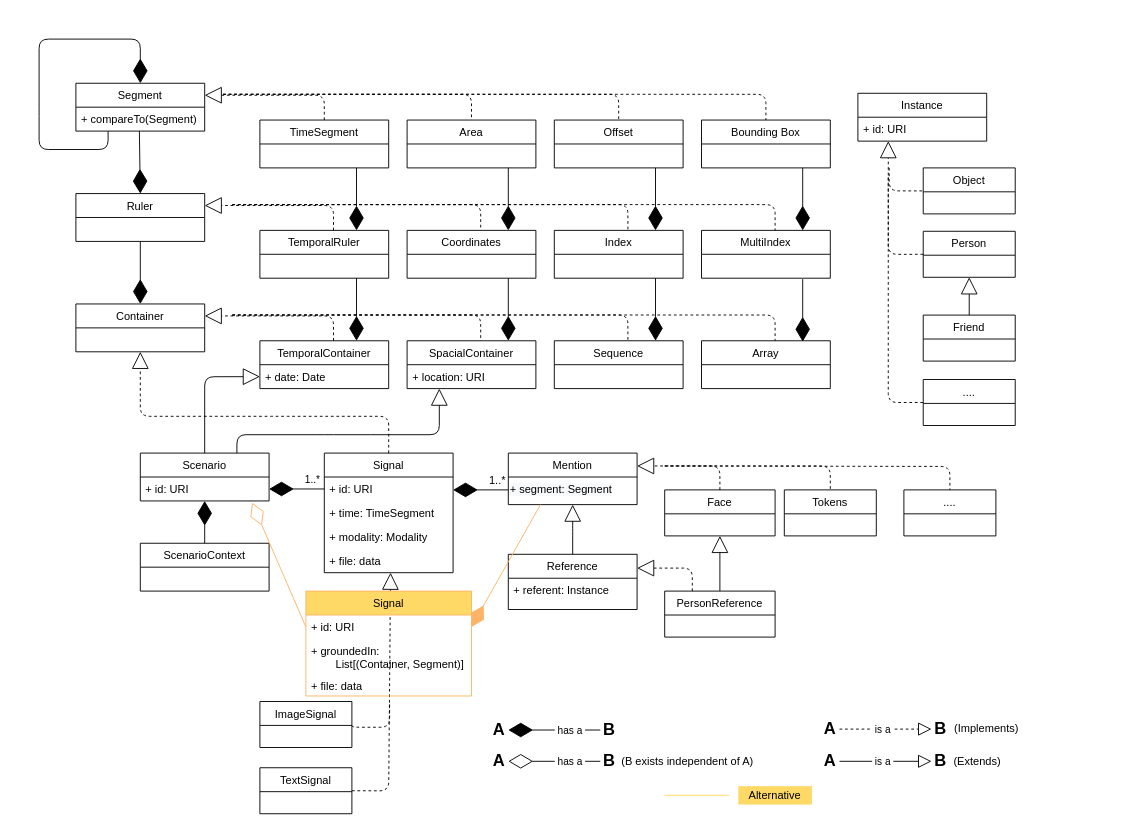
Earlier version of the draw.io diagram data/test-scenes/Datarepresentation.drawio (cltl/ma-communicative-robots). Source tidied: cells renumbered, new cells numbered last; positions are measured from the earlier drawing's top-left corner, leaving out a move shared by most shapes. Both pictures are drawn from the tidied source at 92%, with x=0, y=0 at pixel (39, 39).
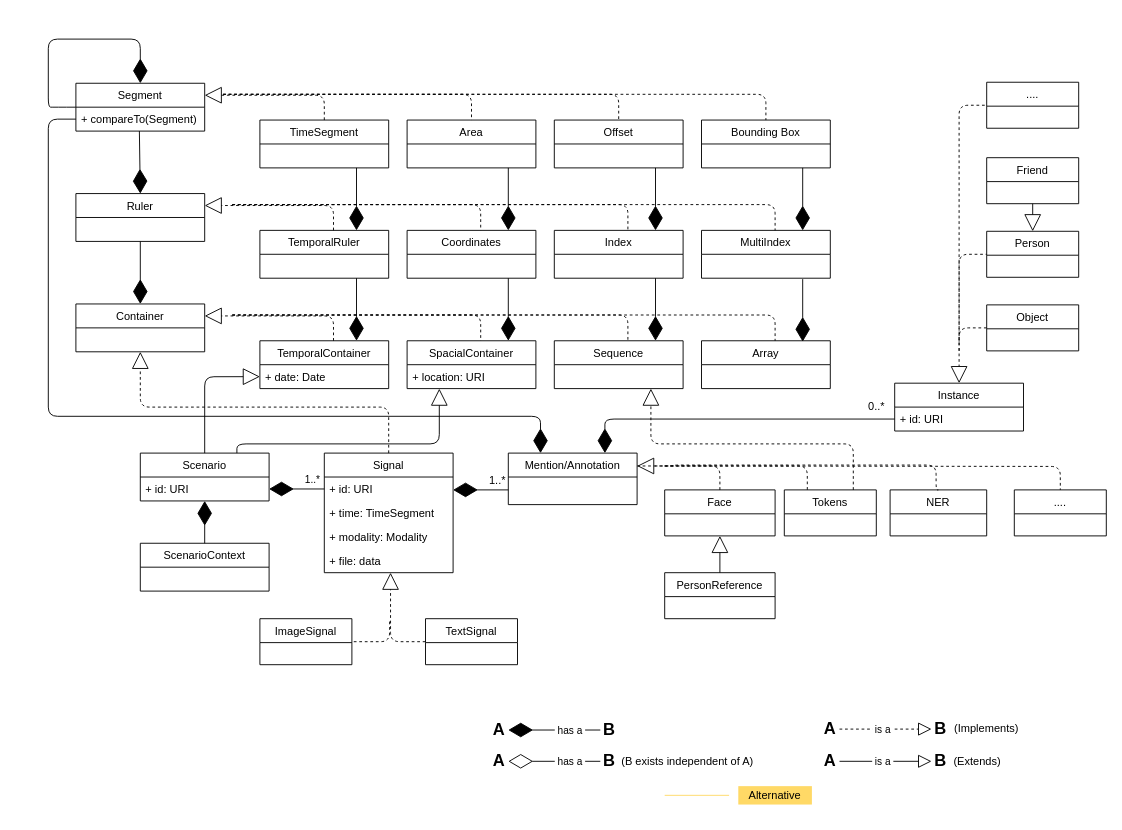
After the change.

Commit message:
Change Mention in data representation diagram

Unchanged cells that the change refers to:
```xml
<mxCell id="2" value="Scenario" style="swimlane;fontStyle=0;horizontal=1;startSize=26;fillColor=none;" parent="1" vertex="1">
  <mxGeometry x="110" y="450" width="140" height="52" as="geometry" />
</mxCell>
<mxCell id="3" value="+ id: URI" style="text;strokeColor=none;fillColor=none;align=left;verticalAlign=top;spacingLeft=4;spacingRight=4;overflow=hidden;points=[[0,0.5],[1,0.5]];portConstraint=eastwest;" parent="2" vertex="1">
  <mxGeometry y="26" width="140" height="26" as="geometry" />
</mxCell>
<mxCell id="4" value="Signal" style="swimlane;fontStyle=0;horizontal=1;startSize=26;fillColor=none;" parent="1" vertex="1">
  <mxGeometry x="310" y="450" width="140" height="130" as="geometry" />
</mxCell>
<mxCell id="18" value="Container" style="swimlane;fontStyle=0;horizontal=1;startSize=26;fillColor=none;" parent="1" vertex="1">
  <mxGeometry x="40" y="287.9" width="140" height="52" as="geometry" />
</mxCell>
<mxCell id="21" value="SpacialContainer" style="swimlane;fontStyle=0;horizontal=1;startSize=26;fillColor=none;" parent="1" vertex="1">
  <mxGeometry x="400" y="327.9" width="140" height="52" as="geometry" />
</mxCell>
<mxCell id="23" value="Sequence" style="swimlane;fontStyle=0;horizontal=1;startSize=26;fillColor=none;" parent="1" vertex="1">
  <mxGeometry x="560" y="327.9" width="140" height="52" as="geometry" />
</mxCell>
<mxCell id="30" value="Segment" style="swimlane;fontStyle=0;horizontal=1;startSize=26;fillColor=none;" parent="1" vertex="1">
  <mxGeometry x="40" y="48" width="140" height="52" as="geometry" />
</mxCell>
<mxCell id="31" value="+ compareTo(Segment)&#10;" style="text;strokeColor=none;fillColor=none;align=left;verticalAlign=top;spacingLeft=4;spacingRight=4;overflow=hidden;points=[[0,0.5],[1,0.5]];portConstraint=eastwest;" parent="30" vertex="1">
  <mxGeometry y="26" width="140" height="26" as="geometry" />
</mxCell>
<mxCell id="52" value="Face" style="swimlane;fontStyle=0;horizontal=1;startSize=26;fillColor=none;" parent="1" vertex="1">
  <mxGeometry x="680" y="490" width="120" height="50" as="geometry" />
</mxCell>
<mxCell id="54" value="Tokens" style="swimlane;fontStyle=0;horizontal=1;startSize=26;fillColor=none;" parent="1" vertex="1">
  <mxGeometry x="810" y="490" width="100" height="50" as="geometry" />
</mxCell>
```

What changed in the source:
```diff
@@
-    <mxCell id="9" style="endArrow=block;endSize=16;endFill=0;html=1;entryX=0.5;entryY=1;entryDx=0;entryDy=0;exitX=0.5;exitY=0;exitDx=0;exitDy=0;" parent="1" edge="1" source="50" target="56">
-      <mxGeometry x="-0.2" relative="1" as="geometry">
-        <Array as="points">
-          <mxPoint x="580" y="530" />
-        </Array>
-      </mxGeometry>
-    </mxCell>
-    <mxCell id="10" style="endArrow=block;endSize=16;endFill=0;html=1;exitX=0.25;exitY=0;exitDx=0;exitDy=0;entryX=1;entryY=0.25;entryDx=0;entryDy=0;dashed=1;" parent="1" edge="1" source="53" target="50">
-      <mxGeometry x="-0.2" relative="1" as="geometry">
-        <Array as="points">
-          <mxPoint x="710" y="575" />
-        </Array>
-      </mxGeometry>
-    </mxCell>
-    <mxCell id="11" style="endArrow=block;endSize=16;endFill=0;html=1;entryX=0.5;entryY=1;entryDx=0;entryDy=0;exitX=0.5;exitY=0;exitDx=0;exitDy=0;" parent="1" edge="1" source="53" target="52">
-      <mxGeometry relative="1" as="geometry" />
-    </mxCell>
-    <mxCell id="12" style="endArrow=block;endSize=16;endFill=0;html=1;entryX=0.236;entryY=1;entryDx=0;entryDy=0;exitX=0;exitY=0.5;exitDx=0;exitDy=0;entryPerimeter=0;dashed=1;" parent="1" edge="1" source="96" target="94">
-      <mxGeometry x="-0.45" relative="1" as="geometry">
-        <Array as="points">
-          <mxPoint x="923" y="234" />
-        </Array>
-      </mxGeometry>
-    </mxCell>
@@
     <mxCell id="14" style="endArrow=block;endSize=16;endFill=0;html=1;exitX=0.75;exitY=0;exitDx=0;exitDy=0;entryX=0.25;entryY=1;entryDx=0;entryDy=0;" parent="1" edge="1" source="2" target="21">
       <mxGeometry relative="1" as="geometry">
         <Array as="points">
-          <mxPoint x="215" y="430" />
-          <mxPoint x="310" y="430" />
-          <mxPoint x="370" y="430" />
-          <mxPoint x="435" y="430" />
+          <mxPoint x="215" y="440" />
+          <mxPoint x="435" y="440" />
         </Array>
       </mxGeometry>
     </mxCell>
     <mxCell id="15" style="endArrow=block;endSize=16;endFill=0;html=1;exitX=0.5;exitY=0;exitDx=0;exitDy=0;entryX=0.5;entryY=1;entryDx=0;entryDy=0;dashed=1;" parent="1" edge="1" source="4" target="18">
       <mxGeometry x="0.42" relative="1" as="geometry">
         <Array as="points">
-          <mxPoint x="380" y="410" />
-          <mxPoint x="260" y="410" />
-          <mxPoint x="110" y="410" />
+          <mxPoint x="380" y="400" />
+          <mxPoint x="110" y="400" />
         </Array>
         <mxPoint x="-1" as="offset" />
       </mxGeometry>
     </mxCell>
@@
-    <mxCell id="38" style="endArrow=diamondThin;endFill=1;endSize=24;html=1;entryX=0.5;entryY=0;entryDx=0;entryDy=0;exitX=0.25;exitY=1;exitDx=0;exitDy=0;" parent="1" edge="1" source="30" target="30">
+    <mxCell id="38" style="endArrow=diamondThin;endFill=1;endSize=24;html=1;entryX=0.5;entryY=0;entryDx=0;entryDy=0;exitX=0;exitY=0.5;exitDx=0;exitDy=0;" parent="1" edge="1" source="30" target="30">
       <mxGeometry relative="1" as="geometry">
         <Array as="points">
-          <mxPoint x="75" y="120" />
-          <mxPoint y="120" />
-          <mxPoint y="74" />
-          <mxPoint />
+          <mxPoint x="20" y="74" />
+          <mxPoint x="10" y="74" />
+          <mxPoint x="10" />
           <mxPoint x="110" />
         </Array>
       </mxGeometry>
     </mxCell>
@@
-    <mxCell id="50" value="Reference" style="swimlane;fontStyle=0;horizontal=1;startSize=26;fillColor=none;" parent="1" vertex="1">
-      <mxGeometry x="510" y="560" width="140" height="60" as="geometry" />
-    </mxCell>
-    <mxCell id="51" value="+ referent: Instance" style="text;strokeColor=none;fillColor=none;align=left;verticalAlign=top;spacingLeft=4;spacingRight=4;overflow=hidden;" parent="50" vertex="1">
-      <mxGeometry y="26" width="140" height="34" as="geometry" />
-    </mxCell>
@@
-    <mxCell id="53" value="PersonReference" style="swimlane;fontStyle=0;horizontal=1;startSize=26;fillColor=none;" parent="1" vertex="1">
-      <mxGeometry x="680" y="600" width="120" height="50" as="geometry" />
-    </mxCell>
@@
-    <mxCell id="55" value="Mention" style="swimlane;fontStyle=0;horizontal=1;startSize=26;fillColor=none;" parent="1" vertex="1">
+    <mxCell id="55" value="Mention/Annotation" style="swimlane;fontStyle=0;horizontal=1;startSize=26;fillColor=none;" parent="1" vertex="1">
       <mxGeometry x="510" y="450" width="140" height="56" as="geometry" />
     </mxCell>
-    <mxCell id="56" value="&lt;span style=&quot;color: rgb(0, 0, 0); font-family: helvetica; font-size: 12px; font-style: normal; font-weight: 400; letter-spacing: normal; text-align: left; text-indent: 0px; text-transform: none; word-spacing: 0px; background-color: rgb(248, 249, 250); display: inline; float: none;&quot;&gt;+ segment: Segment&lt;/span&gt;" style="text;whiteSpace=wrap;html=1;" parent="55" vertex="1">
-      <mxGeometry y="26" width="140" height="30" as="geometry" />
-    </mxCell>
-    <mxCell id="57" style="endArrow=diamondThin;endFill=0;endSize=24;html=1;exitX=0;exitY=0.5;exitDx=0;exitDy=0;entryX=0.868;entryY=1.075;entryDx=0;entryDy=0;entryPerimeter=0;strokeColor=#FFB366;fillColor=#FFD966;" parent="1" edge="1" source="110" target="3">
-      <mxGeometry relative="1" as="geometry" />
-    </mxCell>
@@
-    <mxCell id="63" style="endArrow=none;html=1;edgeStyle=orthogonalEdgeStyle;entryX=0.5;entryY=0;entryDx=0;entryDy=0;dashed=1;" parent="1" edge="1" target="54">
+    <mxCell id="63" style="endArrow=none;html=1;edgeStyle=orthogonalEdgeStyle;entryX=0.25;entryY=0;entryDx=0;entryDy=0;dashed=1;" parent="1" edge="1" target="54">
       <mxGeometry relative="1" as="geometry">
         <mxPoint x="680" y="464" as="sourcePoint" />
         <Array as="points">
-          <mxPoint x="860" y="464" />
+          <mxPoint x="835" y="464" />
         </Array>
       </mxGeometry>
     </mxCell>
@@
-    <mxCell id="65" style="endArrow=none;html=1;edgeStyle=orthogonalEdgeStyle;entryX=0;entryY=0.5;entryDx=0;entryDy=0;dashed=1;" parent="1" edge="1" target="95">
-      <mxGeometry relative="1" as="geometry">
-        <mxPoint x="924" y="140" as="sourcePoint" />
-        <Array as="points">
-          <mxPoint x="924" y="165" />
-        </Array>
-      </mxGeometry>
-    </mxCell>
@@
-    <mxCell id="74" style="endArrow=diamondThin;endFill=1;endSize=24;html=1;entryX=1;entryY=0.5;entryDx=0;entryDy=0;exitX=0.25;exitY=1;exitDx=0;exitDy=0;strokeColor=#FFB366;fillColor=#FFD966;" parent="1" edge="1" source="56" target="110">
-      <mxGeometry relative="1" as="geometry" />
-    </mxCell>
@@
-    <mxCell id="92" style="endArrow=block;endSize=16;endFill=0;html=1;entryX=0.5;entryY=1;entryDx=0;entryDy=0;exitX=0.5;exitY=0;exitDx=0;exitDy=0;" parent="1" edge="1" source="97" target="96">
-      <mxGeometry relative="1" as="geometry" />
-    </mxCell>
-    <mxCell id="93" value="Instance" style="swimlane;fontStyle=0;horizontal=1;startSize=26;fillColor=none;" parent="1" vertex="1">
-      <mxGeometry x="890" y="58.9" width="140" height="52" as="geometry" />
-    </mxCell>
-    <mxCell id="94" value="+ id: URI" style="text;strokeColor=none;fillColor=none;align=left;verticalAlign=top;spacingLeft=4;spacingRight=4;overflow=hidden;points=[[0,0.5],[1,0.5]];portConstraint=eastwest;" parent="93" vertex="1">
-      <mxGeometry y="26" width="140" height="26" as="geometry" />
-    </mxCell>
-    <mxCell id="95" value="Object" style="swimlane;fontStyle=0;horizontal=1;startSize=26;fillColor=none;" parent="1" vertex="1">
-      <mxGeometry x="961" y="140" width="100" height="50" as="geometry" />
-    </mxCell>
-    <mxCell id="96" value="Person" style="swimlane;fontStyle=0;horizontal=1;startSize=26;fillColor=none;" parent="1" vertex="1">
-      <mxGeometry x="961" y="208.9" width="100" height="50" as="geometry" />
-    </mxCell>
-    <mxCell id="97" value="Friend" style="swimlane;fontStyle=0;horizontal=1;startSize=26;fillColor=none;" parent="1" vertex="1">
-      <mxGeometry x="961" y="300" width="100" height="50" as="geometry" />
-    </mxCell>
@@
-    <mxCell id="100" style="endArrow=none;html=1;edgeStyle=orthogonalEdgeStyle;entryX=0;entryY=0.5;entryDx=0;entryDy=0;dashed=1;" parent="1" edge="1" target="101">
-      <mxGeometry relative="1" as="geometry">
-        <mxPoint x="923" y="150" as="sourcePoint" />
-        <Array as="points">
-          <mxPoint x="923" y="395" />
-        </Array>
-      </mxGeometry>
-    </mxCell>
-    <mxCell id="101" value="...." style="swimlane;fontStyle=0;horizontal=1;startSize=26;fillColor=none;" parent="1" vertex="1">
-      <mxGeometry x="961" y="370" width="100" height="50" as="geometry" />
-    </mxCell>
-    <mxCell id="102" value="...." style="swimlane;fontStyle=0;horizontal=1;startSize=26;fillColor=none;" parent="1" vertex="1">
-      <mxGeometry x="940" y="490" width="100" height="50" as="geometry" />
-    </mxCell>
@@
-    <mxCell id="105" style="endArrow=block;endSize=16;endFill=0;html=1;exitX=1;exitY=0.5;exitDx=0;exitDy=0;dashed=1;" parent="1" edge="1" source="108">
+    <mxCell id="105" style="endArrow=block;endSize=16;endFill=0;html=1;exitX=0;exitY=0.5;exitDx=0;exitDy=0;dashed=1;" parent="1" edge="1" source="108">
       <mxGeometry x="-0.45" relative="1" as="geometry">
         <mxPoint x="382" y="580" as="targetPoint" />
         <Array as="points">
-          <mxPoint x="380" y="817.1" />
+          <mxPoint x="382" y="655" />
         </Array>
       </mxGeometry>
     </mxCell>
     <mxCell id="106" style="endArrow=none;html=1;edgeStyle=orthogonalEdgeStyle;entryX=1;entryY=0.5;entryDx=0;entryDy=0;dashed=1;" parent="1" edge="1" target="107">
       <mxGeometry relative="1" as="geometry">
-        <mxPoint x="381" y="723.1" as="sourcePoint" />
+        <mxPoint x="381" y="633.1" as="sourcePoint" />
         <Array as="points">
-          <mxPoint x="381" y="748" />
-          <mxPoint x="340" y="748" />
+          <mxPoint x="381" y="655" />
         </Array>
       </mxGeometry>
     </mxCell>
+    <mxCell id="113" value="1..*" style="text;html=1;align=center;verticalAlign=middle;" parent="1" vertex="1">
+      <mxGeometry x="483" y="470" width="30" height="20" as="geometry" />
+    </mxCell>
+    <mxCell id="114" style="endArrow=block;endSize=16;endFill=0;html=1;entryX=0.5;entryY=0;entryDx=0;entryDy=0;exitX=0;exitY=0.5;exitDx=0;exitDy=0;edgeStyle=orthogonalEdgeStyle;dashed=1;" parent="1" edge="1" source="95" target="93">
+      <mxGeometry relative="1" as="geometry" />
+    </mxCell>
+    <mxCell id="115" style="endArrow=none;html=1;edgeStyle=orthogonalEdgeStyle;entryX=0;entryY=0.5;entryDx=0;entryDy=0;dashed=1;dashed=1;" parent="1" edge="1" target="96">
+      <mxGeometry relative="1" as="geometry">
+        <mxPoint x="1000" y="328.9" as="sourcePoint" />
+        <Array as="points">
+          <mxPoint x="1000" y="233.9" />
+        </Array>
+      </mxGeometry>
+    </mxCell>
+    <mxCell id="116" style="endArrow=none;html=1;edgeStyle=orthogonalEdgeStyle;entryX=0;entryY=0.5;entryDx=0;entryDy=0;dashed=1;dashed=1;" parent="1" edge="1" target="101">
+      <mxGeometry relative="1" as="geometry">
+        <mxPoint x="1000" y="338.9" as="sourcePoint" />
+        <Array as="points">
+          <mxPoint x="1000" y="71.9" />
+        </Array>
+      </mxGeometry>
+    </mxCell>
+    <mxCell id="92" style="endArrow=block;endSize=16;endFill=0;html=1;entryX=0.5;entryY=0;entryDx=0;entryDy=0;exitX=0.5;exitY=1;exitDx=0;exitDy=0;" parent="1" edge="1" source="97" target="96">
+      <mxGeometry relative="1" as="geometry" />
+    </mxCell>
+    <mxCell id="101" value="...." style="swimlane;fontStyle=0;horizontal=1;startSize=26;fillColor=none;" parent="1" vertex="1">
+      <mxGeometry x="1030" y="46.9" width="100" height="50" as="geometry" />
+    </mxCell>
+    <mxCell id="95" value="Object" style="swimlane;fontStyle=0;horizontal=1;startSize=26;fillColor=none;" parent="1" vertex="1">
+      <mxGeometry x="1030" y="288.9" width="100" height="50" as="geometry" />
+    </mxCell>
+    <mxCell id="96" value="Person" style="swimlane;fontStyle=0;horizontal=1;startSize=26;fillColor=none;" parent="1" vertex="1">
+      <mxGeometry x="1030" y="208.9" width="100" height="50" as="geometry" />
+    </mxCell>
+    <mxCell id="97" value="Friend" style="swimlane;fontStyle=0;horizontal=1;startSize=26;fillColor=none;" parent="1" vertex="1">
+      <mxGeometry x="1030" y="128.9" width="100" height="50" as="geometry" />
+    </mxCell>
+    <mxCell id="117" style="endArrow=diamondThin;endFill=1;endSize=24;html=1;exitX=0;exitY=0.5;exitDx=0;exitDy=0;entryX=0.75;entryY=0;entryDx=0;entryDy=0;" parent="1" edge="1" source="94" target="55">
+      <mxGeometry relative="1" as="geometry">
+        <Array as="points">
+          <mxPoint x="615" y="413" />
+        </Array>
+      </mxGeometry>
+    </mxCell>
+    <mxCell id="118" value="0..*" style="text;html=1;align=center;verticalAlign=middle;" parent="1" vertex="1">
+      <mxGeometry x="895" y="390" width="30" height="20" as="geometry" />
+    </mxCell>
+    <mxCell id="102" value="...." style="swimlane;fontStyle=0;horizontal=1;startSize=26;fillColor=none;" parent="1" vertex="1">
+      <mxGeometry x="1060" y="490" width="100" height="50" as="geometry" />
+    </mxCell>
+    <mxCell id="119" style="endArrow=diamondThin;endFill=1;endSize=24;html=1;exitX=0;exitY=0.5;exitDx=0;exitDy=0;" parent="1" edge="1" source="31">
+      <mxGeometry relative="1" as="geometry">
+        <mxPoint x="545" y="450" as="targetPoint" />
+        <Array as="points">
+          <mxPoint x="10" y="87" />
+          <mxPoint x="10" y="410" />
+          <mxPoint x="545" y="410" />
+        </Array>
+      </mxGeometry>
+    </mxCell>
+    <mxCell id="120" style="endArrow=block;endSize=16;endFill=0;html=1;exitX=0.75;exitY=0;exitDx=0;exitDy=0;entryX=0.75;entryY=1;entryDx=0;entryDy=0;dashed=1;" parent="1" edge="1" source="54" target="23">
+      <mxGeometry relative="1" as="geometry">
+        <Array as="points">
+          <mxPoint x="885" y="440" />
+          <mxPoint x="665" y="440" />
+        </Array>
+      </mxGeometry>
+    </mxCell>
+    <mxCell id="53" value="PersonReference" style="swimlane;fontStyle=0;horizontal=1;startSize=26;fillColor=none;" parent="1" vertex="1">
+      <mxGeometry x="680" y="580" width="120" height="50" as="geometry" />
+    </mxCell>
+    <mxCell id="11" style="endArrow=block;endSize=16;endFill=0;html=1;entryX=0.5;entryY=1;entryDx=0;entryDy=0;exitX=0.5;exitY=0;exitDx=0;exitDy=0;" parent="1" edge="1" source="53" target="52">
+      <mxGeometry relative="1" as="geometry" />
+    </mxCell>
+    <mxCell id="121" value="NER" style="swimlane;fontStyle=0;horizontal=1;startSize=26;fillColor=none;" parent="1" vertex="1">
+      <mxGeometry x="925" y="490" width="105" height="50" as="geometry" />
+    </mxCell>
+    <mxCell id="122" style="endArrow=none;html=1;edgeStyle=orthogonalEdgeStyle;entryX=0.5;entryY=0;entryDx=0;entryDy=0;dashed=1;exitX=1;exitY=0.25;exitDx=0;exitDy=0;" parent="1" edge="1" source="55" target="121">
+      <mxGeometry relative="1" as="geometry">
+        <Array as="points">
+          <mxPoint x="690" y="464" />
+          <mxPoint x="690" y="463" />
+          <mxPoint x="975" y="463" />
+          <mxPoint x="975" y="490" />
+        </Array>
+      </mxGeometry>
+    </mxCell>
+    <mxCell id="93" value="Instance" style="swimlane;fontStyle=0;horizontal=1;startSize=26;fillColor=none;" parent="1" vertex="1">
+      <mxGeometry x="930" y="374" width="140" height="52" as="geometry" />
+    </mxCell>
+    <mxCell id="94" value="+ id: URI" style="text;strokeColor=none;fillColor=none;align=left;verticalAlign=top;spacingLeft=4;spacingRight=4;overflow=hidden;points=[[0,0.5],[1,0.5]];portConstraint=eastwest;" parent="93" vertex="1">
+      <mxGeometry y="26" width="140" height="26" as="geometry" />
+    </mxCell>
     <mxCell id="107" value="ImageSignal" style="swimlane;fontStyle=0;horizontal=1;startSize=26;fillColor=none;" parent="1" vertex="1">
-      <mxGeometry x="240" y="720" width="100" height="50" as="geometry" />
+      <mxGeometry x="240" y="630" width="100" height="50" as="geometry" />
     </mxCell>
     <mxCell id="108" value="TextSignal" style="swimlane;fontStyle=0;horizontal=1;startSize=26;fillColor=none;" parent="1" vertex="1">
-      <mxGeometry x="240" y="792" width="100" height="50" as="geometry" />
+      <mxGeometry x="420" y="630" width="100" height="50" as="geometry" />
     </mxCell>
-    <mxCell id="109" value="Signal" style="swimlane;fontStyle=0;horizontal=1;startSize=26;fillColor=#FFD966;strokeColor=#FFB366;" parent="1" vertex="1">
-      <mxGeometry x="290" y="600" width="180" height="114" as="geometry" />
-    </mxCell>
-    <mxCell id="110" value="+ id: URI" style="text;strokeColor=none;fillColor=none;align=left;verticalAlign=top;spacingLeft=4;spacingRight=4;overflow=hidden;points=[[0,0.5],[1,0.5]];portConstraint=eastwest;" parent="109" vertex="1">
-      <mxGeometry y="26" width="180" height="26" as="geometry" />
-    </mxCell>
-    <mxCell id="111" value="+ groundedIn:&#10;        List[(Container, Segment)]" style="text;strokeColor=none;fillColor=none;align=left;verticalAlign=top;spacingLeft=4;spacingRight=4;overflow=hidden;" parent="109" vertex="1">
-      <mxGeometry y="52" width="180" height="38" as="geometry" />
-    </mxCell>
-    <mxCell id="112" value="+ file: data" style="text;strokeColor=none;fillColor=none;align=left;verticalAlign=top;spacingLeft=4;spacingRight=4;overflow=hidden;" parent="109" vertex="1">
-      <mxGeometry y="90" width="180" height="24" as="geometry" />
-    </mxCell>
-    <mxCell id="113" value="1..*" style="text;html=1;align=center;verticalAlign=middle;" parent="1" vertex="1">
-      <mxGeometry x="483" y="470" width="30" height="20" as="geometry" />
-    </mxCell>
```
